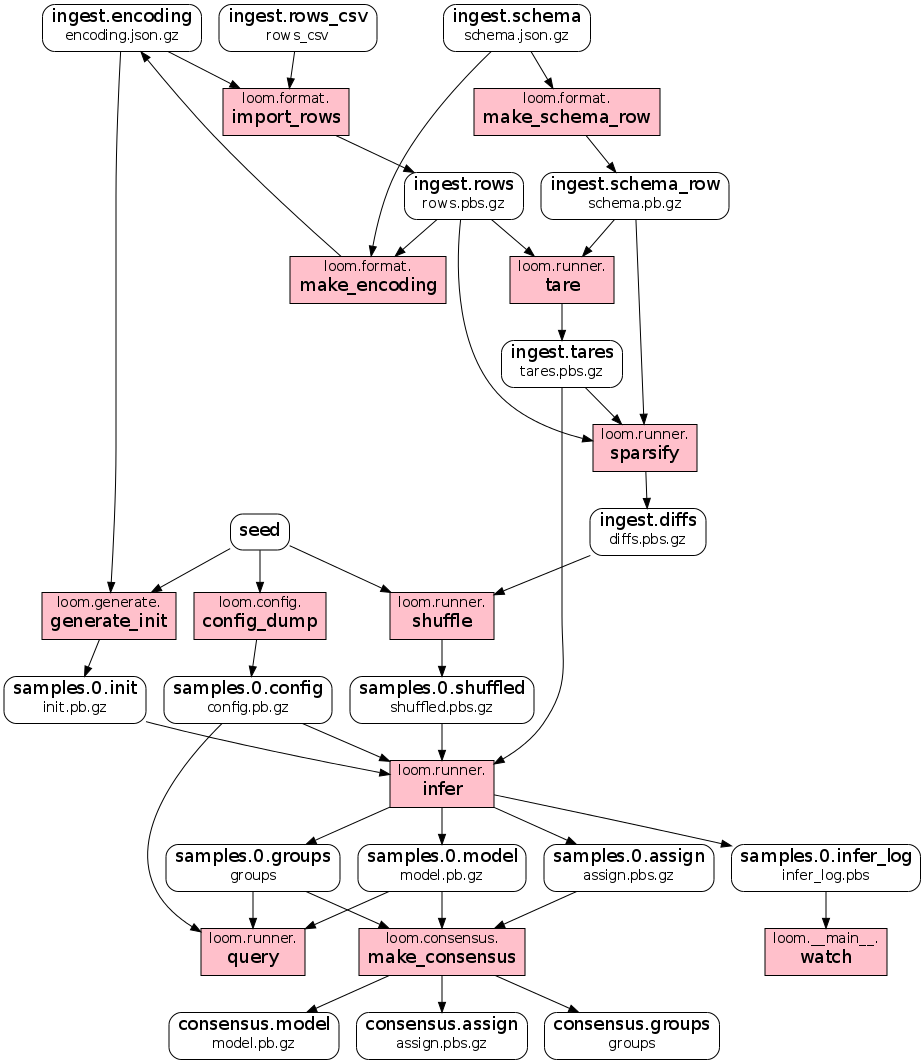
Before: doc/dataflow.png, a diagram exported from Graphviz (priorknowledge/loom). Its source is kept beside it as doc/dataflow.dot.
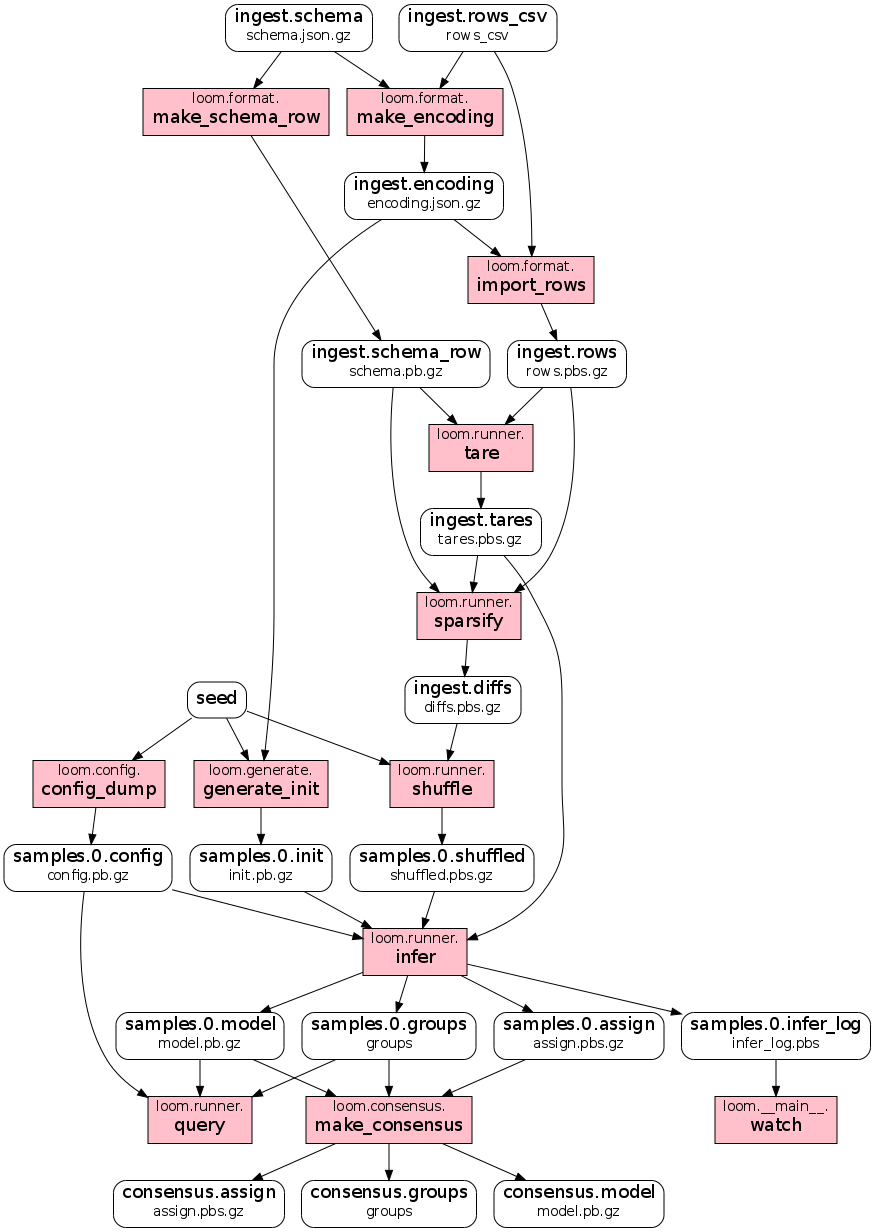
Above is the later version.

Commit message:
Clean up dataflow documentation

The edit, as a diff of the source:
```diff
@@ -3,72 +3,54 @@
 
   {
     node [shape=Mrecord];
+    consensus_assign [label=<<FONT POINT-SIZE="18">consensus.assign</FONT><BR/>assign.pbs.gz>];
+    consensus_groups [label=<<FONT POINT-SIZE="18">consensus.groups</FONT><BR/>groups>];
+    consensus_model [label=<<FONT POINT-SIZE="18">consensus.model</FONT><BR/>model.pb.gz>];
+    ingest_diffs [label=<<FONT POINT-SIZE="18">ingest.diffs</FONT><BR/>diffs.pbs.gz>];
+    ingest_encoding [label=<<FONT POINT-SIZE="18">ingest.encoding</FONT><BR/>encoding.json.gz>];
+    ingest_rows [label=<<FONT POINT-SIZE="18">ingest.rows</FONT><BR/>rows.pbs.gz>];
+    ingest_rows_csv [label=<<FONT POINT-SIZE="18">ingest.rows_csv</FONT><BR/>rows_csv>];
+    ingest_schema [label=<<FONT POINT-SIZE="18">ingest.schema</FONT><BR/>schema.json.gz>];
+    ingest_schema_row [label=<<FONT POINT-SIZE="18">ingest.schema_row</FONT><BR/>schema.pb.gz>];
+    ingest_tares [label=<<FONT POINT-SIZE="18">ingest.tares</FONT><BR/>tares.pbs.gz>];
+    samples_0_assign [label=<<FONT POINT-SIZE="18">samples.0.assign</FONT><BR/>assign.pbs.gz>];
+    samples_0_config [label=<<FONT POINT-SIZE="18">samples.0.config</FONT><BR/>config.pb.gz>];
+    samples_0_groups [label=<<FONT POINT-SIZE="18">samples.0.groups</FONT><BR/>groups>];
+    samples_0_infer_log [label=<<FONT POINT-SIZE="18">samples.0.infer_log</FONT><BR/>infer_log.pbs>];
+    samples_0_init [label=<<FONT POINT-SIZE="18">samples.0.init</FONT><BR/>init.pb.gz>];
     samples_0_model [label=<<FONT POINT-SIZE="18">samples.0.model</FONT><BR/>model.pb.gz>];
-    ingest_rows_csv [label=<<FONT POINT-SIZE="18">ingest.rows_csv</FONT><BR/>rows_csv>];
-    consensus_model [label=<<FONT POINT-SIZE="18">consensus.model</FONT><BR/>model.pb.gz>];
-    ingest_schema [label=<<FONT POINT-SIZE="18">ingest.schema</FONT><BR/>schema.json.gz>];
-    samples_0_init [label=<<FONT POINT-SIZE="18">samples.0.init</FONT><BR/>init.pb.gz>];
     samples_0_shuffled [label=<<FONT POINT-SIZE="18">samples.0.shuffled</FONT><BR/>shuffled.pbs.gz>];
-    samples_0_assign [label=<<FONT POINT-SIZE="18">samples.0.assign</FONT><BR/>assign.pbs.gz>];
-    samples_0_infer_log [label=<<FONT POINT-SIZE="18">samples.0.infer_log</FONT><BR/>infer_log.pbs>];
-    consensus_assign [label=<<FONT POINT-SIZE="18">consensus.assign</FONT><BR/>assign.pbs.gz>];
-    ingest_rows [label=<<FONT POINT-SIZE="18">ingest.rows</FONT><BR/>rows.pbs.gz>];
-    ingest_tares [label=<<FONT POINT-SIZE="18">ingest.tares</FONT><BR/>tares.pbs.gz>];
-    consensus_groups [label=<<FONT POINT-SIZE="18">consensus.groups</FONT><BR/>groups>];
-    samples_0_config [label=<<FONT POINT-SIZE="18">samples.0.config</FONT><BR/>config.pb.gz>];
-    ingest_schema_row [label=<<FONT POINT-SIZE="18">ingest.schema_row</FONT><BR/>schema.pb.gz>];
-    ingest_encoding [label=<<FONT POINT-SIZE="18">ingest.encoding</FONT><BR/>encoding.json.gz>];
-    samples_0_groups [label=<<FONT POINT-SIZE="18">samples.0.groups</FONT><BR/>groups>];
     seed [label=<<FONT POINT-SIZE="18">seed</FONT>>];
-    ingest_diffs [label=<<FONT POINT-SIZE="18">ingest.diffs</FONT><BR/>diffs.pbs.gz>];
   }
 
   {
     node [shape=box, style=filled];
 
+    config_dump [label=<loom.config.<BR/><FONT POINT-SIZE="18">config_dump</FONT>>, fillcolor=pink];
     tare [label=<loom.runner.<BR/><FONT POINT-SIZE="18">tare</FONT>>, fillcolor=pink];
+    sparsify [label=<loom.runner.<BR/><FONT POINT-SIZE="18">sparsify</FONT>>, fillcolor=pink];
+    shuffle [label=<loom.runner.<BR/><FONT POINT-SIZE="18">shuffle</FONT>>, fillcolor=pink];
+    infer [label=<loom.runner.<BR/><FONT POINT-SIZE="18">infer</FONT>>, fillcolor=pink];
     query [label=<loom.runner.<BR/><FONT POINT-SIZE="18">query</FONT>>, fillcolor=pink];
+    generate_init [label=<loom.generate.<BR/><FONT POINT-SIZE="18">generate_init</FONT>>, fillcolor=pink];
+    make_schema_row [label=<loom.format.<BR/><FONT POINT-SIZE="18">make_schema_row</FONT>>, fillcolor=pink];
+    make_encoding [label=<loom.format.<BR/><FONT POINT-SIZE="18">make_encoding</FONT>>, fillcolor=pink];
+    import_rows [label=<loom.format.<BR/><FONT POINT-SIZE="18">import_rows</FONT>>, fillcolor=pink];
+    make_consensus [label=<loom.consensus.<BR/><FONT POINT-SIZE="18">make_consensus</FONT>>, fillcolor=pink];
     watch [label=<loom.__main__.<BR/><FONT POINT-SIZE="18">watch</FONT>>, fillcolor=pink];
-    config_dump [label=<loom.config.<BR/><FONT POINT-SIZE="18">config_dump</FONT>>, fillcolor=pink];
-    sparsify [label=<loom.runner.<BR/><FONT POINT-SIZE="18">sparsify</FONT>>, fillcolor=pink];
-    generate_init [label=<loom.generate.<BR/><FONT POINT-SIZE="18">generate_init</FONT>>, fillcolor=pink];
-    make_encoding [label=<loom.format.<BR/><FONT POINT-SIZE="18">make_encoding</FONT>>, fillcolor=pink];
-    shuffle [label=<loom.runner.<BR/><FONT POINT-SIZE="18">shuffle</FONT>>, fillcolor=pink];
-    make_schema_row [label=<loom.format.<BR/><FONT POINT-SIZE="18">make_schema_row</FONT>>, fillcolor=pink];
-    make_consensus [label=<loom.consensus.<BR/><FONT POINT-SIZE="18">make_consensus</FONT>>, fillcolor=pink];
-    infer [label=<loom.runner.<BR/><FONT POINT-SIZE="18">infer</FONT>>, fillcolor=pink];
-    import_rows [label=<loom.format.<BR/><FONT POINT-SIZE="18">import_rows</FONT>>, fillcolor=pink];
 
+    seed -> config_dump [weight=1.0];
+    config_dump -> samples_0_config [weight=1.0];
     ingest_schema_row -> tare [weight=1.0];
     ingest_rows -> tare [weight=1.0];
     tare -> ingest_tares [weight=1.0];
-    samples_0_config -> query [weight=1.0];
-    samples_0_model -> query [weight=1.0];
-    samples_0_groups -> query [weight=1.0];
-    samples_0_infer_log -> watch [weight=1.0];
-    seed -> config_dump [weight=1.0];
-    config_dump -> samples_0_config [weight=1.0];
     ingest_schema_row -> sparsify [weight=1.0];
     ingest_tares -> sparsify [weight=1.0];
     ingest_rows -> sparsify [weight=1.0];
     sparsify -> ingest_diffs [weight=1.0];
-    ingest_encoding -> generate_init [weight=1.0];
-    seed -> generate_init [weight=1.0];
-    generate_init -> samples_0_init [weight=1.0];
-    ingest_schema -> make_encoding [weight=1.0];
-    ingest_rows -> make_encoding [weight=1.0];
-    make_encoding -> ingest_encoding [weight=1.0];
     ingest_diffs -> shuffle [weight=1.0];
     seed -> shuffle [weight=1.0];
     shuffle -> samples_0_shuffled [weight=1.0];
-    ingest_schema -> make_schema_row [weight=1.0];
-    make_schema_row -> ingest_schema_row [weight=1.0];
-    samples_0_model -> make_consensus [weight=1.0];
-    samples_0_groups -> make_consensus [weight=1.0];
-    samples_0_assign -> make_consensus [weight=1.0];
-    make_consensus -> consensus_model [weight=1.0];
-    make_consensus -> consensus_groups [weight=1.0];
-    make_consensus -> consensus_assign [weight=1.0];
     samples_0_config -> infer [weight=1.0];
     samples_0_shuffled -> infer [weight=1.0];
     ingest_tares -> infer [weight=1.0];
@@ -77,8 +59,26 @@
     infer -> samples_0_groups [weight=1.0];
     infer -> samples_0_assign [weight=1.0];
     infer -> samples_0_infer_log [weight=1.0];
+    samples_0_config -> query [weight=1.0];
+    samples_0_model -> query [weight=1.0];
+    samples_0_groups -> query [weight=1.0];
+    ingest_encoding -> generate_init [weight=1.0];
+    seed -> generate_init [weight=1.0];
+    generate_init -> samples_0_init [weight=1.0];
+    ingest_schema -> make_schema_row [weight=1.0];
+    make_schema_row -> ingest_schema_row [weight=1.0];
+    ingest_schema -> make_encoding [weight=1.0];
+    ingest_rows_csv -> make_encoding [weight=1.0];
+    make_encoding -> ingest_encoding [weight=1.0];
     ingest_encoding -> import_rows [weight=1.0];
     ingest_rows_csv -> import_rows [weight=1.0];
     import_rows -> ingest_rows [weight=1.0];
+    samples_0_model -> make_consensus [weight=1.0];
+    samples_0_groups -> make_consensus [weight=1.0];
+    samples_0_assign -> make_consensus [weight=1.0];
+    make_consensus -> consensus_model [weight=1.0];
+    make_consensus -> consensus_groups [weight=1.0];
+    make_consensus -> consensus_assign [weight=1.0];
+    samples_0_infer_log -> watch [weight=1.0];
   }
 }
```
